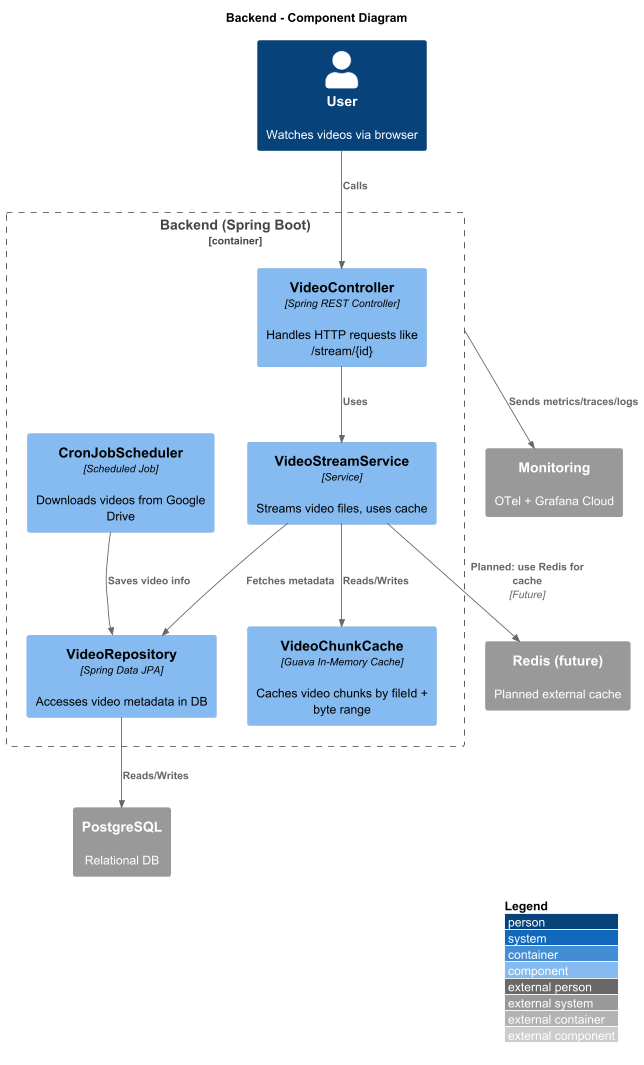
This is doc/images/C4-L3.png from nguyenhuuca/assessment, a PlantUML export, as it was before one commit. Its source is kept beside it as doc/puml/C4-L3.puml. The source it was exported from:
```plantuml
@startuml
!includeurl https://raw.githubusercontent.com/plantuml-stdlib/C4-PlantUML/master/C4_Component.puml

LAYOUT_TOP_DOWN()
LAYOUT_WITH_LEGEND()
title Backend - Component Diagram

Person(user, "User", "Watches videos via browser")

System_Ext(db, "PostgreSQL", "Relational DB")
System_Ext(redis, "Redis (future)", "Planned external cache")
System_Ext(monitor, "Monitoring", "OTel + Grafana Cloud")

Container_Boundary(be, "Backend (Spring Boot)") {

  Component(api, "VideoController", "Spring REST Controller", "Handles HTTP requests like /stream/{id}")
  Component(service, "VideoStreamService", "Service", "Streams video files, uses cache")
  Component(cache, "VideoChunkCache", "Guava In-Memory Cache", "Caches video chunks by fileId + byte range")
  Component(job, "CronJobScheduler", "Scheduled Job", "Downloads videos from Google Drive")
  Component(repo, "VideoRepository", "Spring Data JPA", "Accesses video metadata in DB")
}

Rel(user, api, "Calls")

Rel(api, service, "Uses")
Rel(service, cache, "Reads/Writes")
Rel(service, repo, "Fetches metadata")
Rel(repo, db, "Reads/Writes")

Rel(job, repo, "Saves video info")
Rel(service, redis, "Planned: use Redis for cache", "Future")
Rel(be, monitor, "Sends metrics/traces/logs")

@enduml
```
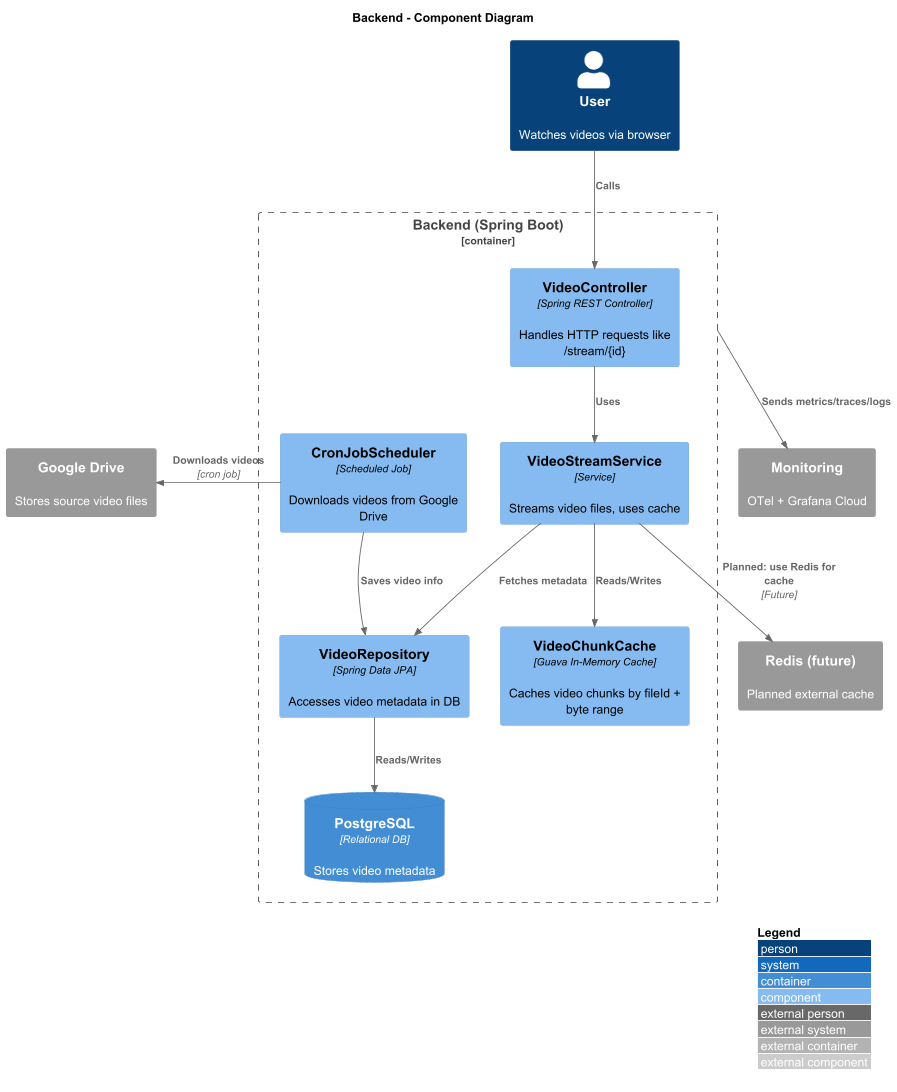
After the change.

The edit, as a diff of the source:
```diff
@@ -7,9 +7,9 @@
 
 Person(user, "User", "Watches videos via browser")
 
-System_Ext(db, "PostgreSQL", "Relational DB")
 System_Ext(redis, "Redis (future)", "Planned external cache")
 System_Ext(monitor, "Monitoring", "OTel + Grafana Cloud")
+System_Ext(drive, "Google Drive", "Stores source video files")
 
 Container_Boundary(be, "Backend (Spring Boot)") {
 
@@ -18,6 +18,7 @@
   Component(cache, "VideoChunkCache", "Guava In-Memory Cache", "Caches video chunks by fileId + byte range")
   Component(job, "CronJobScheduler", "Scheduled Job", "Downloads videos from Google Drive")
   Component(repo, "VideoRepository", "Spring Data JPA", "Accesses video metadata in DB")
+  ContainerDb(db, "PostgreSQL", "Relational DB", "Stores video metadata")
 }
 
 Rel(user, api, "Calls")
@@ -30,5 +31,6 @@
 Rel(job, repo, "Saves video info")
 Rel(service, redis, "Planned: use Redis for cache", "Future")
 Rel(be, monitor, "Sends metrics/traces/logs")
+Rel_L(job, drive, "Downloads videos", "cron job")
 
 @enduml
```
